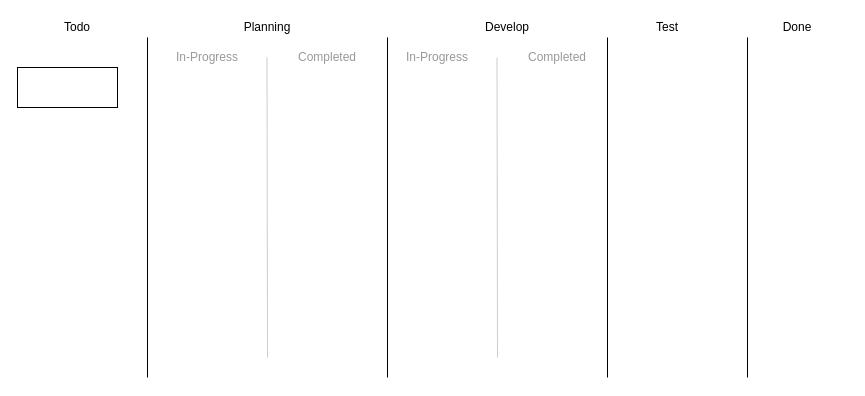
Earlier version of the draw.io diagram Untitled Diagram.drawio (jagadeeshpalaniappan/first-app). Source tidied: cells renumbered, new cells numbered last; positions are measured from the earlier drawing's top-left corner, leaving out a move shared by most shapes. Both pictures are drawn from the tidied source at 100%, with x=0, y=0 at pixel (17, 17).
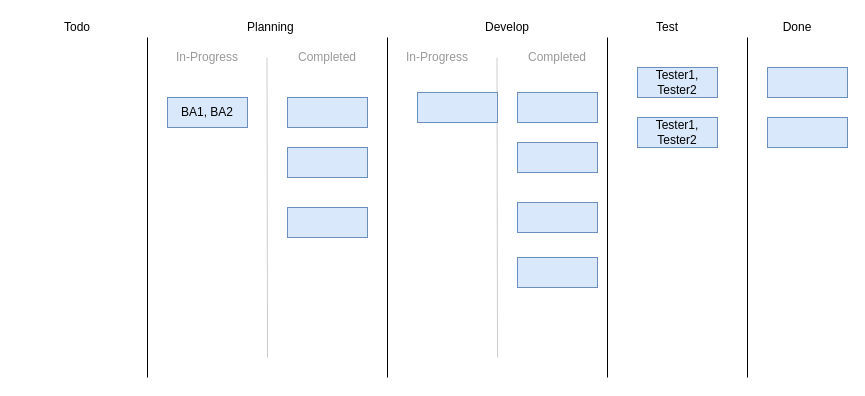
After the change.

The edit, as a diff of the source:
```diff
@@
-    <mxCell id="7" value="Planning" style="text;html=1;strokeColor=none;fillColor=none;align=center;verticalAlign=middle;whiteSpace=wrap;rounded=0;" parent="1" vertex="1">
-      <mxGeometry x="230" width="40" height="20" as="geometry" />
+    <mxCell id="7" value="Planning&amp;nbsp;" style="text;html=1;strokeColor=none;fillColor=none;align=center;verticalAlign=middle;whiteSpace=wrap;rounded=0;" parent="1" vertex="1">
+      <mxGeometry x="230" width="50" height="20" as="geometry" />
     </mxCell>
-    <mxCell id="8" value="Develop" style="text;html=1;strokeColor=none;fillColor=none;align=center;verticalAlign=middle;whiteSpace=wrap;rounded=0;" parent="1" vertex="1">
+    <mxCell id="8" value="Develop&lt;br&gt;" style="text;html=1;strokeColor=none;fillColor=none;align=center;verticalAlign=middle;whiteSpace=wrap;rounded=0;" parent="1" vertex="1">
       <mxGeometry x="470" width="40" height="20" as="geometry" />
     </mxCell>
@@
-    <mxCell id="11" style="rounded=0;whiteSpace=wrap;html=1;" parent="1" vertex="1">
-      <mxGeometry y="50" width="100" height="40" as="geometry" />
-    </mxCell>
@@
+    <mxCell id="18" value="BA1, BA2" style="rounded=0;whiteSpace=wrap;html=1;fillColor=#dae8fc;strokeColor=#6c8ebf;" parent="1" vertex="1">
+      <mxGeometry x="150" y="80" width="80" height="30" as="geometry" />
+    </mxCell>
+    <mxCell id="19" style="rounded=0;whiteSpace=wrap;html=1;fillColor=#dae8fc;strokeColor=#6c8ebf;" parent="1" vertex="1">
+      <mxGeometry x="270" y="190" width="80" height="30" as="geometry" />
+    </mxCell>
+    <mxCell id="20" value="Tester1, Tester2" style="rounded=0;whiteSpace=wrap;html=1;fillColor=#dae8fc;strokeColor=#6c8ebf;" parent="1" vertex="1">
+      <mxGeometry x="620" y="50" width="80" height="30" as="geometry" />
+    </mxCell>
+    <mxCell id="21" value="&lt;span&gt;Tester1, Tester2&lt;/span&gt;" style="rounded=0;whiteSpace=wrap;html=1;fillColor=#dae8fc;strokeColor=#6c8ebf;" parent="1" vertex="1">
+      <mxGeometry x="620" y="100" width="80" height="30" as="geometry" />
+    </mxCell>
+    <mxCell id="22" style="rounded=0;whiteSpace=wrap;html=1;fillColor=#dae8fc;strokeColor=#6c8ebf;" parent="1" vertex="1">
+      <mxGeometry x="750" y="50" width="80" height="30" as="geometry" />
+    </mxCell>
+    <mxCell id="23" style="rounded=0;whiteSpace=wrap;html=1;fillColor=#dae8fc;strokeColor=#6c8ebf;" parent="1" vertex="1">
+      <mxGeometry x="750" y="100" width="80" height="30" as="geometry" />
+    </mxCell>
+    <mxCell id="24" style="rounded=0;whiteSpace=wrap;html=1;fillColor=#dae8fc;strokeColor=#6c8ebf;" parent="1" vertex="1">
+      <mxGeometry x="270" y="80" width="80" height="30" as="geometry" />
+    </mxCell>
+    <mxCell id="25" style="rounded=0;whiteSpace=wrap;html=1;fillColor=#dae8fc;strokeColor=#6c8ebf;" parent="1" vertex="1">
+      <mxGeometry x="270" y="130" width="80" height="30" as="geometry" />
+    </mxCell>
+    <mxCell id="26" style="rounded=0;whiteSpace=wrap;html=1;fillColor=#dae8fc;strokeColor=#6c8ebf;" parent="1" vertex="1">
+      <mxGeometry x="500" y="185" width="80" height="30" as="geometry" />
+    </mxCell>
+    <mxCell id="27" style="rounded=0;whiteSpace=wrap;html=1;fillColor=#dae8fc;strokeColor=#6c8ebf;" parent="1" vertex="1">
+      <mxGeometry x="500" y="75" width="80" height="30" as="geometry" />
+    </mxCell>
+    <mxCell id="28" style="rounded=0;whiteSpace=wrap;html=1;fillColor=#dae8fc;strokeColor=#6c8ebf;" parent="1" vertex="1">
+      <mxGeometry x="500" y="125" width="80" height="30" as="geometry" />
+    </mxCell>
+    <mxCell id="29" style="rounded=0;whiteSpace=wrap;html=1;fillColor=#dae8fc;strokeColor=#6c8ebf;" parent="1" vertex="1">
+      <mxGeometry x="500" y="240" width="80" height="30" as="geometry" />
+    </mxCell>
+    <mxCell id="30" style="rounded=0;whiteSpace=wrap;html=1;fillColor=#dae8fc;strokeColor=#6c8ebf;" parent="1" vertex="1">
+      <mxGeometry x="400" y="75" width="80" height="30" as="geometry" />
+    </mxCell>
```
